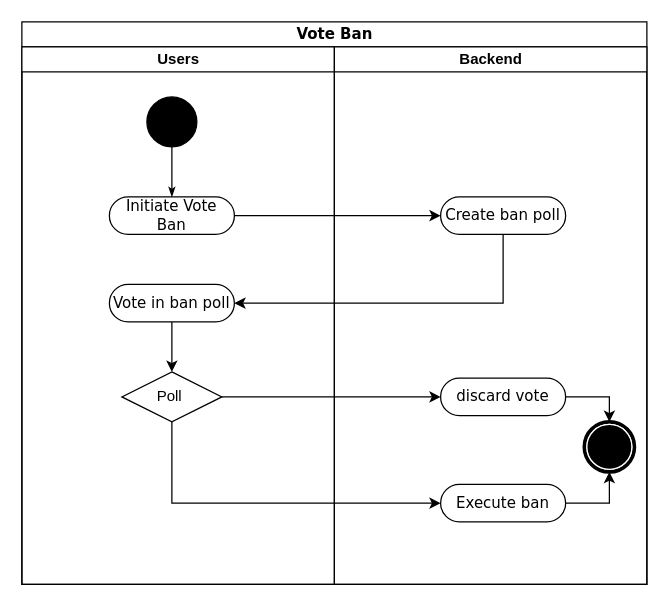
Before: docs/img/Activity_diagram_connection.drawio in Scherrik/se_mcm, a draw.io diagram. Source tidied: cells renumbered, new cells numbered last; positions are measured from the earlier drawing's top-left corner, leaving out a move shared by most shapes. Both pictures are drawn from the tidied source at 125%, with x=0, y=0 at pixel (21, 21).
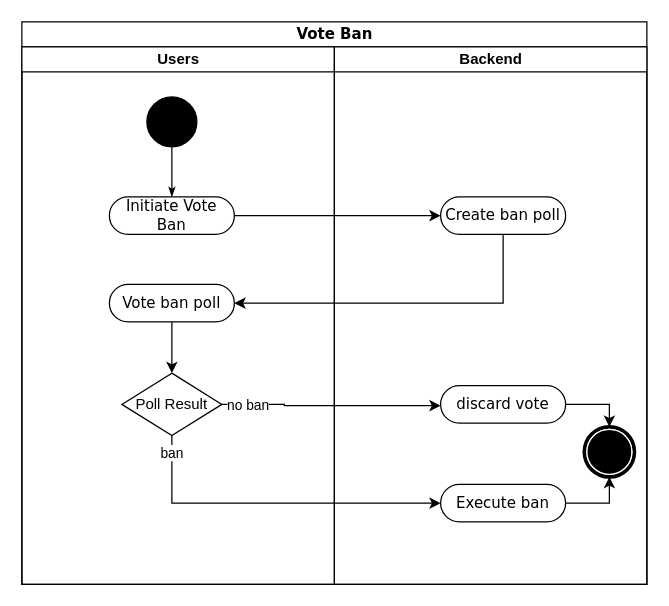
The same diagram, later.

The change refers to these unchanged cells:
```xml
<mxCell id="2" value="Vote Ban" style="swimlane;html=1;startSize=20;rounded=0;shadow=0;comic=0;labelBackgroundColor=none;strokeWidth=1;fontFamily=Verdana;fontSize=12;align=center;" parent="1" vertex="1">
  <mxGeometry width="500" height="450" as="geometry" />
</mxCell>
<mxCell id="3" value="Users" style="swimlane;html=1;startSize=20;" parent="2" vertex="1">
  <mxGeometry y="20" width="250" height="430" as="geometry" />
</mxCell>
<mxCell id="10" value="Backend" style="swimlane;html=1;startSize=20;" parent="2" vertex="1">
  <mxGeometry x="250" y="20" width="250" height="430" as="geometry" />
</mxCell>
<mxCell id="13" value="Execute ban" style="rounded=1;whiteSpace=wrap;html=1;shadow=0;comic=0;labelBackgroundColor=none;strokeWidth=1;fontFamily=Verdana;fontSize=12;align=center;arcSize=50;" parent="10" vertex="1">
  <mxGeometry x="85" y="350" width="100" height="30" as="geometry" />
</mxCell>
```

What changed in the source:
```diff
@@
-    <mxCell id="8" value="Vote in ban poll" style="rounded=1;whiteSpace=wrap;html=1;shadow=0;comic=0;labelBackgroundColor=none;strokeWidth=1;fontFamily=Verdana;fontSize=12;align=center;arcSize=50;" parent="3" vertex="1">
+    <mxCell id="8" value="Vote ban poll" style="rounded=1;whiteSpace=wrap;html=1;shadow=0;comic=0;labelBackgroundColor=none;strokeWidth=1;fontFamily=Verdana;fontSize=12;align=center;arcSize=50;" parent="3" vertex="1">
       <mxGeometry x="70" y="190" width="100" height="30" as="geometry" />
     </mxCell>
-    <mxCell id="9" value="Poll&amp;nbsp;" style="rhombus;whiteSpace=wrap;html=1;" parent="3" vertex="1">
-      <mxGeometry x="80" y="260" width="80" height="40" as="geometry" />
+    <mxCell id="9" value="Poll Result" style="rhombus;whiteSpace=wrap;html=1;" parent="3" vertex="1">
+      <mxGeometry x="80" y="261" width="80" height="50" as="geometry" />
     </mxCell>
@@
     <mxCell id="12" value="discard vote" style="rounded=1;whiteSpace=wrap;html=1;shadow=0;comic=0;labelBackgroundColor=none;strokeWidth=1;fontFamily=Verdana;fontSize=12;align=center;arcSize=50;" parent="10" vertex="1">
-      <mxGeometry x="85" y="265" width="100" height="30" as="geometry" />
+      <mxGeometry x="85" y="271" width="100" height="30" as="geometry" />
     </mxCell>
@@
     <mxCell id="14" style="shape=mxgraph.bpmn.shape;html=1;verticalLabelPosition=bottom;labelBackgroundColor=#ffffff;verticalAlign=top;perimeter=ellipsePerimeter;outline=end;symbol=terminate;rounded=0;shadow=0;comic=0;strokeWidth=1;fontFamily=Verdana;fontSize=12;align=center;" parent="10" vertex="1">
-      <mxGeometry x="200" y="300" width="40" height="40" as="geometry" />
+      <mxGeometry x="200" y="304" width="40" height="40" as="geometry" />
     </mxCell>
@@
     <mxCell id="19" style="edgeStyle=orthogonalEdgeStyle;rounded=0;jettySize=auto;html=1;exitX=0.5;exitY=1;exitDx=0;exitDy=0;entryX=0;entryY=0.5;entryDx=0;entryDy=0;strokeColor=#000000;" parent="2" edge="1" source="9" target="13">
-      <mxGeometry relative="1" as="geometry" />
+      <mxGeometry relative="1" as="geometry">
+        <Array as="points">
+          <mxPoint x="120" y="385" />
+        </Array>
+      </mxGeometry>
     </mxCell>
+    <mxCell id="21" value="ban" style="edgeLabel;html=1;align=center;verticalAlign=middle;" parent="19" vertex="1">
+      <mxGeometry x="-0.9" y="-1" relative="1" as="geometry" />
+    </mxCell>
-    <mxCell id="20" style="edgeStyle=orthogonalEdgeStyle;rounded=0;jettySize=auto;html=1;exitX=1;exitY=0.5;exitDx=0;exitDy=0;entryX=0;entryY=0.5;entryDx=0;entryDy=0;strokeColor=#000000;" parent="2" edge="1" source="9" target="12">
-      <mxGeometry relative="1" as="geometry" />
+    <mxCell id="20" style="edgeStyle=orthogonalEdgeStyle;rounded=0;orthogonalLoop=1;jettySize=auto;html=1;exitX=1;exitY=0.5;exitDx=0;exitDy=0;entryX=0;entryY=0.5;entryDx=0;entryDy=0;strokeColor=#000000;" parent="2" edge="1">
+      <mxGeometry relative="1" as="geometry">
+        <mxPoint x="160" y="306" as="sourcePoint" />
+        <mxPoint x="335" y="307" as="targetPoint" />
+        <Array as="points">
+          <mxPoint x="210" y="306" />
+        </Array>
+      </mxGeometry>
     </mxCell>
+    <mxCell id="22" value="no ban" style="edgeLabel;html=1;align=center;verticalAlign=middle;" parent="20" vertex="1">
+      <mxGeometry x="-0.87" y="-1" relative="1" as="geometry">
+        <mxPoint x="9" y="-1" as="offset" />
+      </mxGeometry>
+    </mxCell>
```
